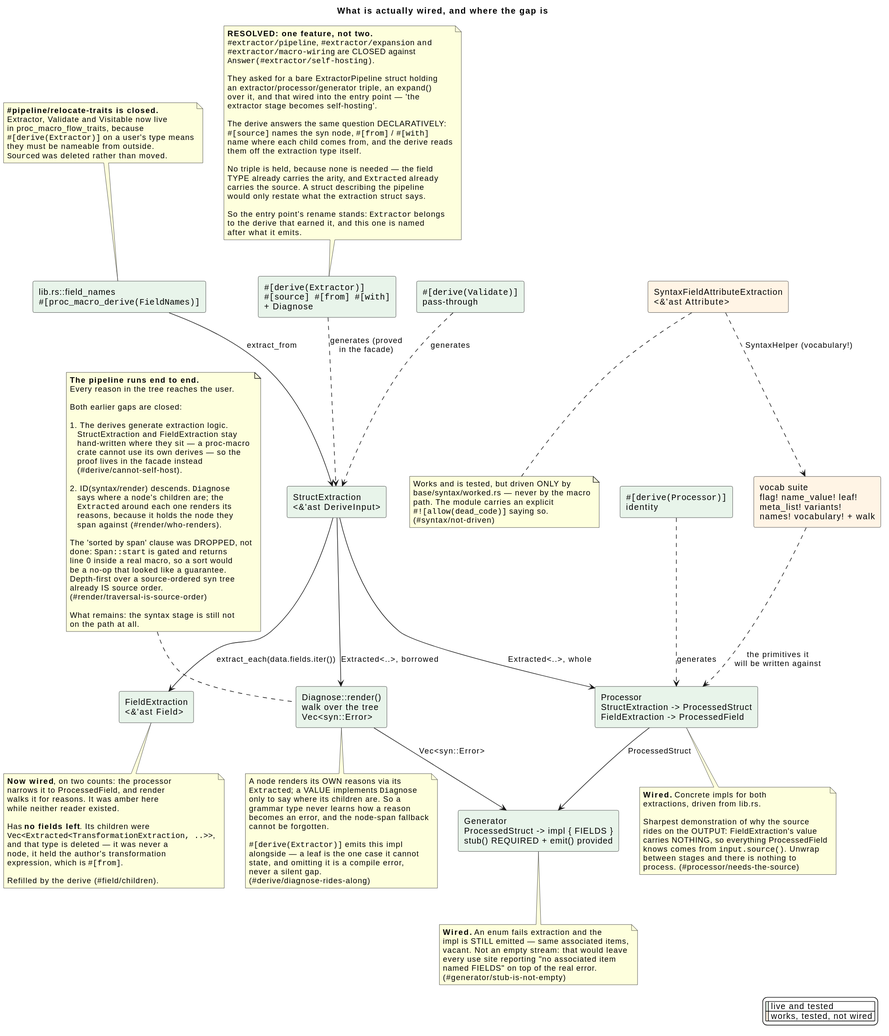
nzuzomagagula/proc-macro-flow keeps this PlantUML diagram as docs/design/03-pipeline-status.svg. Above is the earlier version.
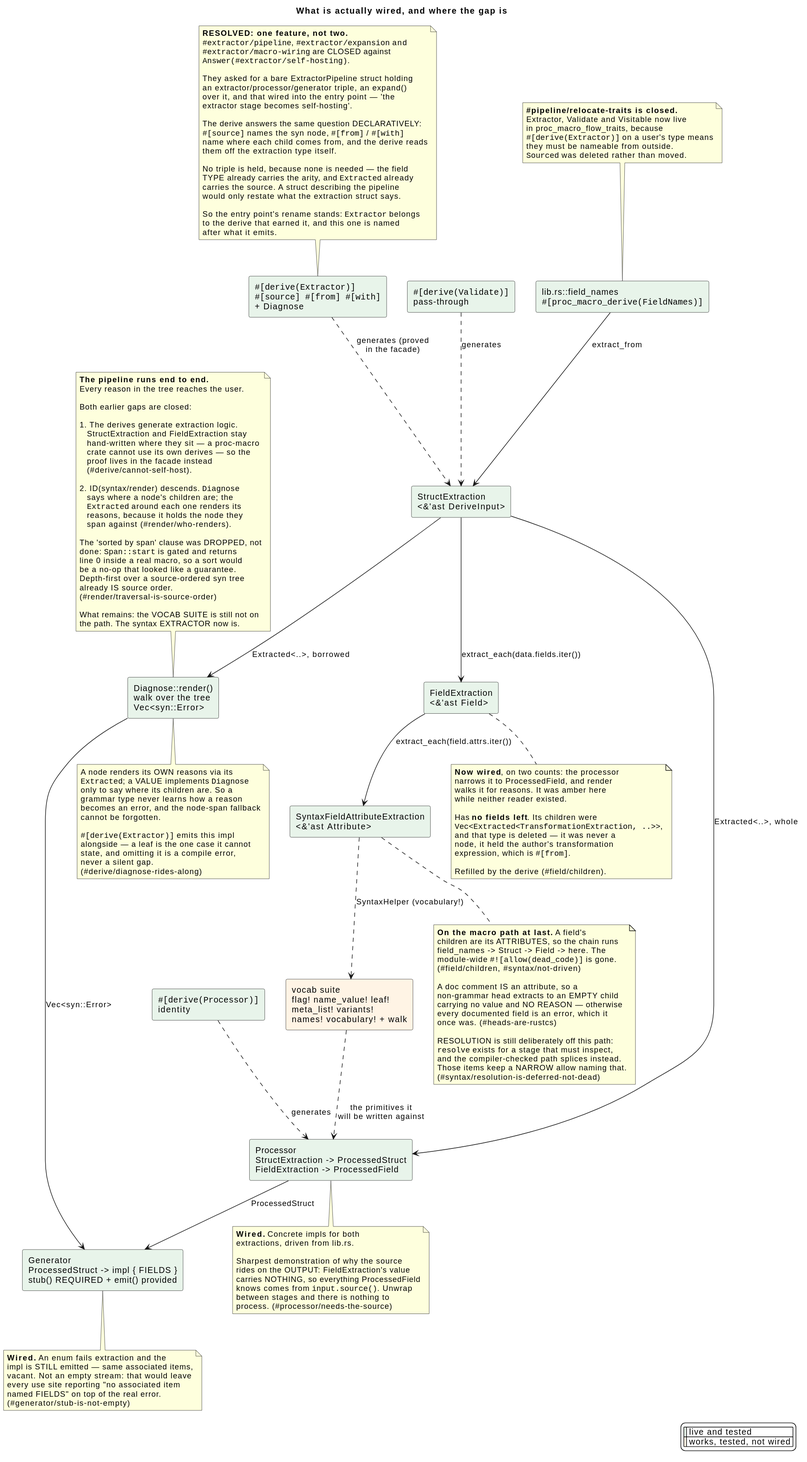
The same diagram one commit later.

What changed in the source:
```diff
@@ -8,7 +8,7 @@
 
 rectangle "StructExtraction\n<&'ast DeriveInput>" as S #E8F4EA
 rectangle "FieldExtraction\n<&'ast Field>" as F #E8F4EA
-rectangle "SyntaxFieldAttributeExtraction\n<&'ast Attribute>" as Y #FFF4E5
+rectangle "SyntaxFieldAttributeExtraction\n<&'ast Attribute>" as Y #E8F4EA
 
 rectangle "vocab suite\nflag! name_value! leaf!\nmeta_list! variants!\nnames! vocabulary! + walk" as V #FFF4E5
 
@@ -23,6 +23,7 @@
 
 Entry --> S : extract_from
 S --> F : extract_each(data.fields.iter())
+F --> Y : extract_each(field.attrs.iter())
 
 S --> R : Extracted<..>, borrowed
 R --> G : Vec<syn::Error>
@@ -52,11 +53,23 @@
 end note
 
 note bottom of Y
-  Works and is tested, but driven ONLY by
-  base/syntax/worked.rs — never by the macro
-  path. The module carries an explicit
-  ""#![allow(dead_code)]"" saying so.
-  (#syntax/not-driven)
+  **On the macro path at last.** A field's
+  children are its ATTRIBUTES, so the chain runs
+  field_names -> Struct -> Field -> here. The
+  module-wide ""#![allow(dead_code)]"" is gone.
+  (#field/children, #syntax/not-driven)
+
+  A doc comment IS an attribute, so a
+  non-grammar head extracts to an EMPTY child
+  carrying no value and NO REASON — otherwise
+  every documented field is an error, which it
+  once was. (#heads-are-rustcs)
+
+  RESOLUTION is still deliberately off this path:
+  ""resolve"" exists for a stage that must inspect,
+  and the compiler-checked path splices instead.
+  Those items keep a NARROW allow naming that.
+  (#syntax/resolution-is-deferred-not-dead)
 end note
 
 note bottom of P
@@ -112,8 +125,8 @@
   already IS source order.
   (#render/traversal-is-source-order)
 
-  What remains: the syntax stage is still not
-  on the path at all.
+  What remains: the VOCAB SUITE is still not on
+  the path. The syntax EXTRACTOR now is.
 end note
 
 Gap .. R
```
